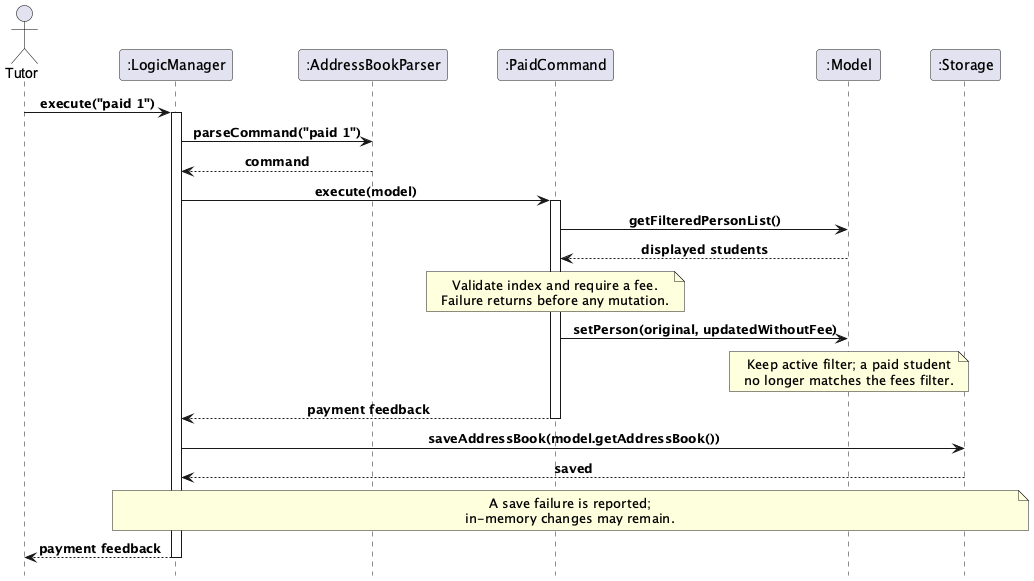
AY2627S1-CS2103T-F09-2a/tp keeps this PlantUML diagram as docs/images/PaidSequenceDiagram.png. Above is the earlier version. The source it was exported from:
```plantuml
@startuml
!include style.puml

skinparam Participant {
    FontColor #000000
}

actor Tutor
participant ":LogicManager" as Logic
participant ":AddressBookParser" as Parser
participant ":PaidCommand" as Paid
participant ":Model" as Model
participant ":Storage" as Storage
Tutor -> Logic : execute("paid 1")
activate Logic
Logic -> Parser : parseCommand("paid 1")
Parser --> Logic : command
Logic -> Paid : execute(model)
activate Paid
Paid -> Model : getFilteredPersonList()
Model --> Paid : displayed students
note over Paid
Validate index and require a fee.
Failure returns before any mutation.
end note
Paid -> Model : setPerson(original, updatedWithoutFee)
note over Model
Keep active filter; a paid student
no longer matches the fees filter.
end note
Paid --> Logic : payment feedback
 deactivate Paid
Logic -> Storage : saveAddressBook(model.getAddressBook())
Storage --> Logic : saved
note over Logic, Storage
A save failure is reported;
in-memory changes may remain.
end note
Logic --> Tutor : payment feedback
 deactivate Logic
@enduml
```
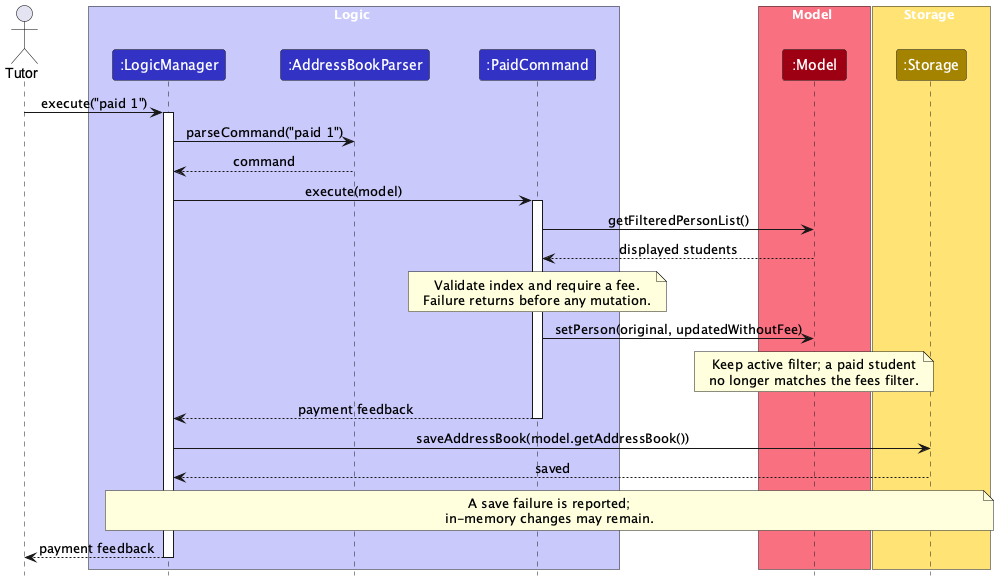
After the change.

Commit message:
Regenerate the paid sequence diagram image

Change to the diagram source:
```diff
@@ -1,16 +1,23 @@
 @startuml
 !include style.puml
 
-skinparam Participant {
-    FontColor #000000
-}
+skinparam ArrowFontStyle plain
 
 actor Tutor
-participant ":LogicManager" as Logic
-participant ":AddressBookParser" as Parser
-participant ":PaidCommand" as Paid
-participant ":Model" as Model
-participant ":Storage" as Storage
+box Logic LOGIC_COLOR_T1
+participant ":LogicManager" as Logic LOGIC_COLOR
+participant ":AddressBookParser" as Parser LOGIC_COLOR
+participant ":PaidCommand" as Paid LOGIC_COLOR
+end box
+
+box Model MODEL_COLOR_T1
+participant ":Model" as Model MODEL_COLOR
+end box
+
+box Storage STORAGE_COLOR_T1
+participant ":Storage" as Storage STORAGE_COLOR
+end box
+
 Tutor -> Logic : execute("paid 1")
 activate Logic
 Logic -> Parser : parseCommand("paid 1")
```
